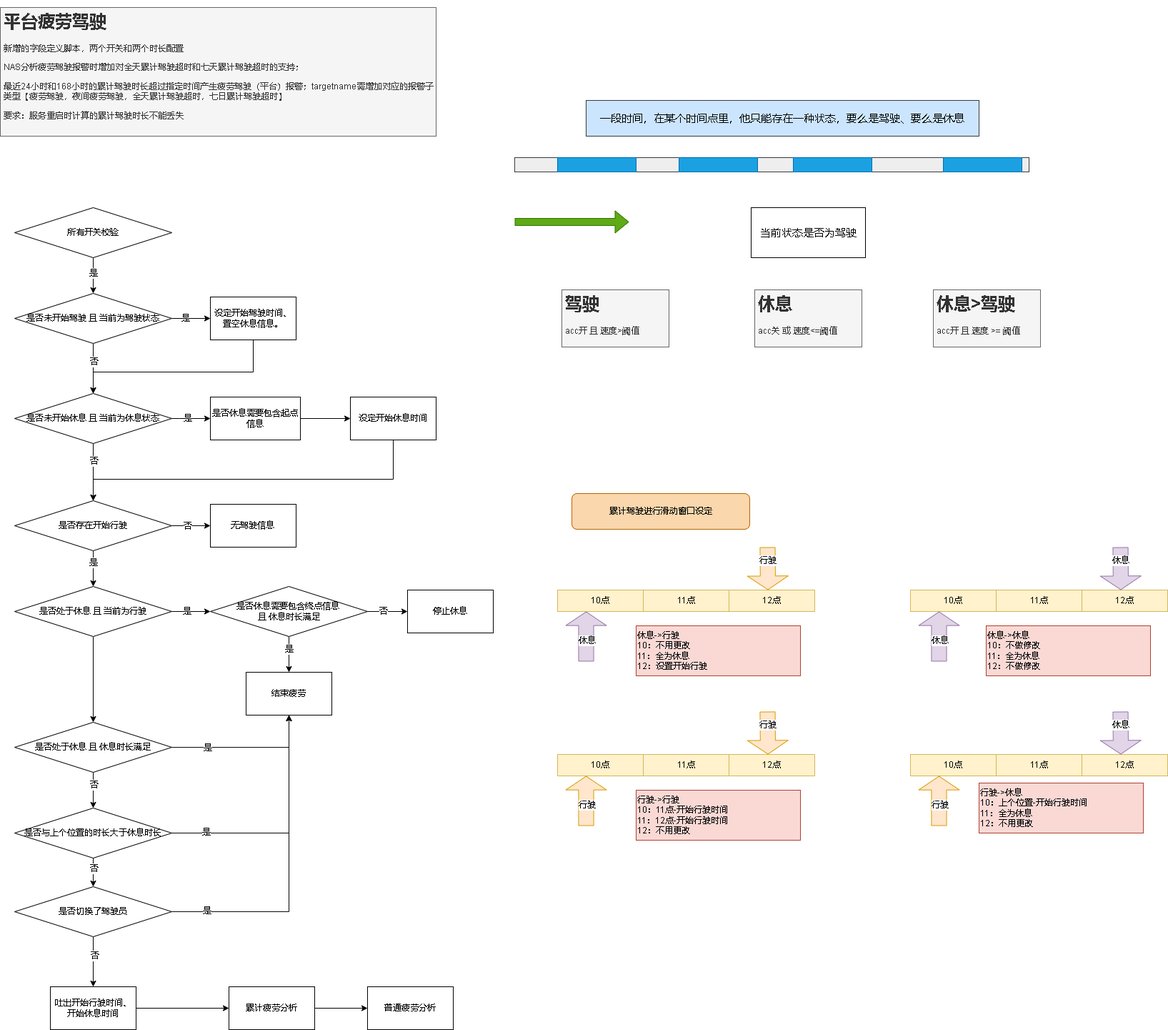
xktder/draw keeps this draw.io diagram as 平台疲劳驾驶.drawio.png. Above is the earlier version. Source tidied: cells renumbered, new cells last; positions are measured from the earlier drawing's top-left corner, leaving out a move shared by most shapes.
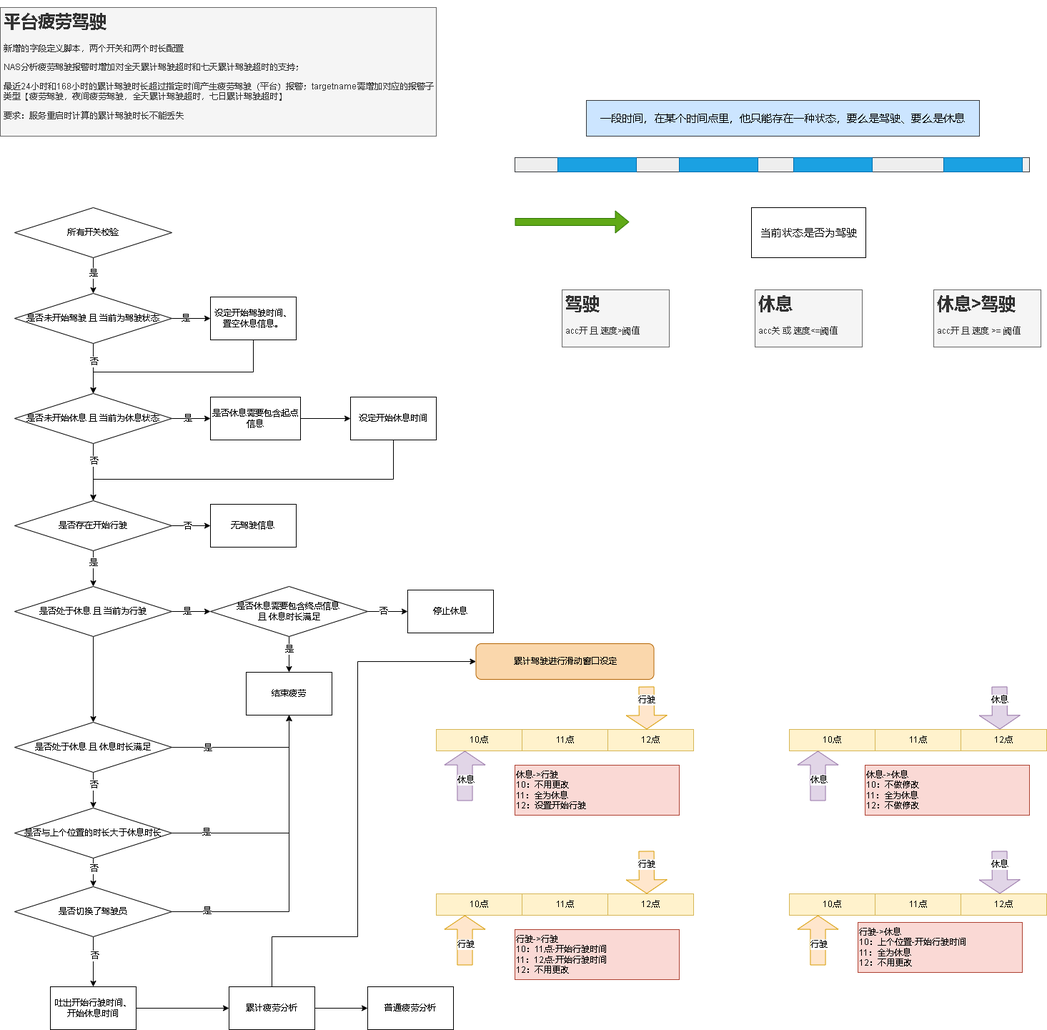
Later version of the same file.

Commit message:
更新平台疲劳驾驶.drawio.png

What changed in the source:
```diff
@@ -219,18 +219,18 @@
       <mxGeometry x="1051" y="280" width="160" height="70" as="geometry" />
     </mxCell>
     <mxCell id="67" value="10点" style="rounded=0;whiteSpace=wrap;html=1;fillColor=#fff2cc;strokeColor=#d6b656;" parent="1" vertex="1">
-      <mxGeometry x="780" y="815" width="120" height="30" as="geometry" />
+      <mxGeometry x="610" y="1010" width="120" height="30" as="geometry" />
     </mxCell>
     <mxCell id="68" value="11点" style="rounded=0;whiteSpace=wrap;html=1;fillColor=#fff2cc;strokeColor=#d6b656;" parent="1" vertex="1">
-      <mxGeometry x="900" y="815" width="120" height="30" as="geometry" />
+      <mxGeometry x="730" y="1010" width="120" height="30" as="geometry" />
     </mxCell>
     <mxCell id="69" value="12点" style="rounded=0;whiteSpace=wrap;html=1;fillColor=#fff2cc;strokeColor=#d6b656;" parent="1" vertex="1">
-      <mxGeometry x="1020" y="815" width="120" height="30" as="geometry" />
+      <mxGeometry x="850" y="1010" width="120" height="30" as="geometry" />
     </mxCell>
     <mxCell id="70" style="shape=flexArrow;endArrow=classic;html=1;rounded=0;endWidth=34.857142857142854;endSize=6.045714285714285;width=21.142857142857142;fillColor=#e1d5e7;strokeColor=#9673a6;" parent="1" edge="1">
       <mxGeometry relative="1" as="geometry">
-        <mxPoint x="820" y="915" as="sourcePoint" />
-        <mxPoint x="820" y="845" as="targetPoint" />
+        <mxPoint x="650" y="1110" as="sourcePoint" />
+        <mxPoint x="650" y="1040" as="targetPoint" />
       </mxGeometry>
     </mxCell>
     <mxCell id="71" value="休息" style="edgeLabel;html=1;align=center;verticalAlign=middle;" parent="70" vertex="1">
@@ -240,8 +240,8 @@
     </mxCell>
     <mxCell id="72" style="shape=flexArrow;endArrow=classic;html=1;rounded=0;endWidth=34.857142857142854;endSize=6.045714285714285;width=21.142857142857142;fillColor=#ffe6cc;strokeColor=#d79b00;" parent="1" edge="1">
       <mxGeometry relative="1" as="geometry">
-        <mxPoint x="1074" y="755" as="sourcePoint" />
-        <mxPoint x="1074.5" y="815" as="targetPoint" />
+        <mxPoint x="904" y="950" as="sourcePoint" />
+        <mxPoint x="904.5" y="1010" as="targetPoint" />
       </mxGeometry>
     </mxCell>
     <mxCell id="73" value="行驶" style="edgeLabel;html=1;align=center;verticalAlign=middle;" parent="72" vertex="1">
@@ -250,21 +250,21 @@
       </mxGeometry>
     </mxCell>
     <mxCell id="74" value="休息-&amp;gt;行驶&lt;br&gt;10：不用更改&lt;br&gt;11：全为休息&lt;br&gt;12：设置开始行驶" style="text;html=1;strokeColor=#ae4132;fillColor=#fad9d5;align=left;verticalAlign=top;whiteSpace=wrap;rounded=0;" parent="1" vertex="1">
-      <mxGeometry x="890" y="865" width="230" height="70" as="geometry" />
+      <mxGeometry x="720" y="1060" width="230" height="70" as="geometry" />
     </mxCell>
     <mxCell id="75" value="10点" style="rounded=0;whiteSpace=wrap;html=1;fillColor=#fff2cc;strokeColor=#d6b656;" parent="1" vertex="1">
-      <mxGeometry x="780" y="1045" width="120" height="30" as="geometry" />
+      <mxGeometry x="610" y="1240" width="120" height="30" as="geometry" />
     </mxCell>
     <mxCell id="76" value="11点" style="rounded=0;whiteSpace=wrap;html=1;fillColor=#fff2cc;strokeColor=#d6b656;" parent="1" vertex="1">
-      <mxGeometry x="900" y="1045" width="120" height="30" as="geometry" />
+      <mxGeometry x="730" y="1240" width="120" height="30" as="geometry" />
     </mxCell>
     <mxCell id="77" value="12点" style="rounded=0;whiteSpace=wrap;html=1;fillColor=#fff2cc;strokeColor=#d6b656;" parent="1" vertex="1">
-      <mxGeometry x="1020" y="1045" width="120" height="30" as="geometry" />
+      <mxGeometry x="850" y="1240" width="120" height="30" as="geometry" />
     </mxCell>
     <mxCell id="78" style="shape=flexArrow;endArrow=classic;html=1;rounded=0;endWidth=34.857142857142854;endSize=6.045714285714285;width=21.142857142857142;fillColor=#ffe6cc;strokeColor=#d79b00;" parent="1" edge="1">
       <mxGeometry relative="1" as="geometry">
-        <mxPoint x="820" y="1145" as="sourcePoint" />
-        <mxPoint x="820" y="1075" as="targetPoint" />
+        <mxPoint x="650" y="1340" as="sourcePoint" />
+        <mxPoint x="650" y="1270" as="targetPoint" />
       </mxGeometry>
     </mxCell>
     <mxCell id="79" value="行驶" style="edgeLabel;html=1;align=center;verticalAlign=middle;" parent="78" vertex="1">
@@ -274,8 +274,8 @@
     </mxCell>
     <mxCell id="80" style="shape=flexArrow;endArrow=classic;html=1;rounded=0;endWidth=34.857142857142854;endSize=6.045714285714285;width=21.142857142857142;fillColor=#ffe6cc;strokeColor=#d79b00;" parent="1" edge="1">
       <mxGeometry relative="1" as="geometry">
-        <mxPoint x="1074" y="985" as="sourcePoint" />
-        <mxPoint x="1074.5" y="1045" as="targetPoint" />
+        <mxPoint x="904" y="1180" as="sourcePoint" />
+        <mxPoint x="904.5" y="1240" as="targetPoint" />
       </mxGeometry>
     </mxCell>
     <mxCell id="81" value="行驶" style="edgeLabel;html=1;align=center;verticalAlign=middle;" parent="80" vertex="1">
@@ -284,21 +284,21 @@
       </mxGeometry>
     </mxCell>
     <mxCell id="82" value="行驶-&amp;gt;行驶&lt;br&gt;10：11点-开始行驶时间&lt;br&gt;11：12点-开始行驶时间&lt;br&gt;12：不用更改" style="text;html=1;strokeColor=#ae4132;fillColor=#fad9d5;align=left;verticalAlign=top;whiteSpace=wrap;rounded=0;" parent="1" vertex="1">
-      <mxGeometry x="890" y="1095" width="230" height="70" as="geometry" />
+      <mxGeometry x="720" y="1290" width="230" height="70" as="geometry" />
     </mxCell>
     <mxCell id="83" value="10点" style="rounded=0;whiteSpace=wrap;html=1;fillColor=#fff2cc;strokeColor=#d6b656;" parent="1" vertex="1">
-      <mxGeometry x="1274" y="815" width="120" height="30" as="geometry" />
+      <mxGeometry x="1104" y="1010" width="120" height="30" as="geometry" />
     </mxCell>
     <mxCell id="84" value="11点" style="rounded=0;whiteSpace=wrap;html=1;fillColor=#fff2cc;strokeColor=#d6b656;" parent="1" vertex="1">
-      <mxGeometry x="1394" y="815" width="120" height="30" as="geometry" />
+      <mxGeometry x="1224" y="1010" width="120" height="30" as="geometry" />
     </mxCell>
     <mxCell id="85" value="12点" style="rounded=0;whiteSpace=wrap;html=1;fillColor=#fff2cc;strokeColor=#d6b656;" parent="1" vertex="1">
-      <mxGeometry x="1514" y="815" width="120" height="30" as="geometry" />
+      <mxGeometry x="1344" y="1010" width="120" height="30" as="geometry" />
     </mxCell>
     <mxCell id="86" style="shape=flexArrow;endArrow=classic;html=1;rounded=0;endWidth=34.857142857142854;endSize=6.045714285714285;width=21.142857142857142;fillColor=#e1d5e7;strokeColor=#9673a6;" parent="1" edge="1">
       <mxGeometry relative="1" as="geometry">
-        <mxPoint x="1314" y="915" as="sourcePoint" />
-        <mxPoint x="1314" y="845" as="targetPoint" />
+        <mxPoint x="1144" y="1110" as="sourcePoint" />
+        <mxPoint x="1144" y="1040" as="targetPoint" />
       </mxGeometry>
     </mxCell>
     <mxCell id="87" value="休息" style="edgeLabel;html=1;align=center;verticalAlign=middle;" parent="86" vertex="1">
@@ -308,8 +308,8 @@
     </mxCell>
     <mxCell id="88" style="shape=flexArrow;endArrow=classic;html=1;rounded=0;endWidth=34.857142857142854;endSize=6.045714285714285;width=21.142857142857142;fillColor=#e1d5e7;strokeColor=#9673a6;" parent="1" edge="1">
       <mxGeometry relative="1" as="geometry">
-        <mxPoint x="1568" y="755" as="sourcePoint" />
-        <mxPoint x="1568.5" y="815" as="targetPoint" />
+        <mxPoint x="1398" y="950" as="sourcePoint" />
+        <mxPoint x="1398.5" y="1010" as="targetPoint" />
       </mxGeometry>
     </mxCell>
     <mxCell id="89" value="休息" style="edgeLabel;html=1;align=center;verticalAlign=middle;" parent="88" vertex="1">
@@ -318,21 +318,21 @@
       </mxGeometry>
     </mxCell>
     <mxCell id="90" value="休息-&amp;gt;休息&lt;br&gt;10：不做修改&lt;br&gt;11：全为休息&lt;br&gt;12：不做修改" style="text;html=1;strokeColor=#ae4132;fillColor=#fad9d5;align=left;verticalAlign=top;whiteSpace=wrap;rounded=0;" parent="1" vertex="1">
-      <mxGeometry x="1380" y="865" width="230" height="70" as="geometry" />
+      <mxGeometry x="1210" y="1060" width="230" height="70" as="geometry" />
     </mxCell>
     <mxCell id="91" value="10点" style="rounded=0;whiteSpace=wrap;html=1;fillColor=#fff2cc;strokeColor=#d6b656;" parent="1" vertex="1">
-      <mxGeometry x="1274" y="1045" width="120" height="30" as="geometry" />
+      <mxGeometry x="1104" y="1240" width="120" height="30" as="geometry" />
     </mxCell>
     <mxCell id="92" value="11点" style="rounded=0;whiteSpace=wrap;html=1;fillColor=#fff2cc;strokeColor=#d6b656;" parent="1" vertex="1">
-      <mxGeometry x="1394" y="1045" width="120" height="30" as="geometry" />
+      <mxGeometry x="1224" y="1240" width="120" height="30" as="geometry" />
     </mxCell>
     <mxCell id="93" value="12点" style="rounded=0;whiteSpace=wrap;html=1;fillColor=#fff2cc;strokeColor=#d6b656;" parent="1" vertex="1">
-      <mxGeometry x="1514" y="1045" width="120" height="30" as="geometry" />
+      <mxGeometry x="1344" y="1240" width="120" height="30" as="geometry" />
     </mxCell>
     <mxCell id="94" style="shape=flexArrow;endArrow=classic;html=1;rounded=0;endWidth=34.857142857142854;endSize=6.045714285714285;width=21.142857142857142;fillColor=#ffe6cc;strokeColor=#d79b00;" parent="1" edge="1">
       <mxGeometry relative="1" as="geometry">
-        <mxPoint x="1314" y="1145" as="sourcePoint" />
-        <mxPoint x="1314" y="1075" as="targetPoint" />
+        <mxPoint x="1144" y="1340" as="sourcePoint" />
+        <mxPoint x="1144" y="1270" as="targetPoint" />
       </mxGeometry>
     </mxCell>
     <mxCell id="95" value="行驶" style="edgeLabel;html=1;align=center;verticalAlign=middle;" parent="94" vertex="1">
@@ -342,8 +342,8 @@
     </mxCell>
     <mxCell id="96" style="shape=flexArrow;endArrow=classic;html=1;rounded=0;endWidth=34.857142857142854;endSize=6.045714285714285;width=21.142857142857142;fillColor=#e1d5e7;strokeColor=#9673a6;" parent="1" edge="1">
       <mxGeometry relative="1" as="geometry">
-        <mxPoint x="1568" y="985" as="sourcePoint" />
-        <mxPoint x="1568.5" y="1045" as="targetPoint" />
+        <mxPoint x="1398" y="1180" as="sourcePoint" />
+        <mxPoint x="1398.5" y="1240" as="targetPoint" />
       </mxGeometry>
     </mxCell>
     <mxCell id="97" value="休息" style="edgeLabel;html=1;align=center;verticalAlign=middle;" parent="96" vertex="1">
@@ -352,11 +352,20 @@
       </mxGeometry>
     </mxCell>
     <mxCell id="98" value="行驶-&amp;gt;休息&lt;br&gt;10：上个位置-开始行驶时间&lt;br&gt;11：全为休息&lt;br&gt;12：不用更改" style="text;html=1;strokeColor=#ae4132;fillColor=#fad9d5;align=left;verticalAlign=top;whiteSpace=wrap;rounded=0;" parent="1" vertex="1">
-      <mxGeometry x="1370" y="1085" width="230" height="70" as="geometry" />
+      <mxGeometry x="1200" y="1280" width="230" height="70" as="geometry" />
     </mxCell>
     <mxCell id="99" style="edgeStyle=orthogonalEdgeStyle;rounded=0;jettySize=auto;html=1;entryX=0;entryY=0.5;entryDx=0;entryDy=0;" parent="1" edge="1" source="100" target="101">
       <mxGeometry relative="1" as="geometry" />
     </mxCell>
+    <mxCell id="103" style="edgeStyle=orthogonalEdgeStyle;rounded=0;jettySize=auto;html=1;entryX=0;entryY=0.5;entryDx=0;entryDy=0;" parent="1" edge="1" source="100" target="102">
+      <mxGeometry relative="1" as="geometry">
+        <Array as="points">
+          <mxPoint x="380" y="1300" />
+          <mxPoint x="500" y="1300" />
+          <mxPoint x="500" y="915" />
+        </Array>
+      </mxGeometry>
+    </mxCell>
     <mxCell id="100" value="累计疲劳分析" style="whiteSpace=wrap;html=1;" parent="1" vertex="1">
       <mxGeometry x="320" y="1370" width="120" height="60" as="geometry" />
     </mxCell>
@@ -364,7 +373,7 @@
       <mxGeometry x="514" y="1370" width="120" height="60" as="geometry" />
     </mxCell>
     <mxCell id="102" value="累计驾驶进行滑动窗口设定" style="rounded=1;whiteSpace=wrap;html=1;fillColor=#fad7ac;strokeColor=#b46504;" parent="1" vertex="1">
-      <mxGeometry x="800" y="680" width="249" height="50" as="geometry" />
+      <mxGeometry x="665.5" y="890" width="249" height="50" as="geometry" />
     </mxCell>
   </root>
 </mxGraphModel>
```
